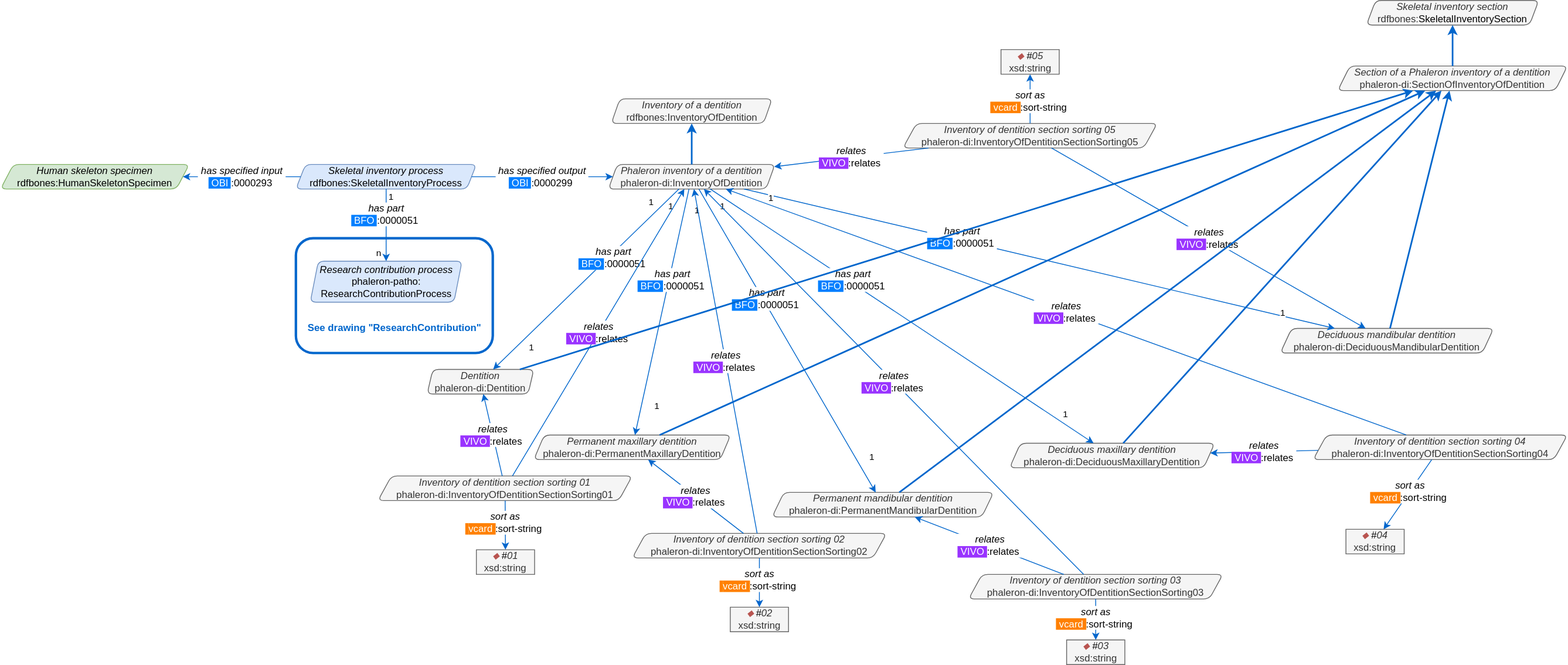
The draw.io diagram NetworkGraphics/OntologyExtensions/phaleron-di/phaleron-di_NetworkGraphics.svg in RDFBones/RDFBonesGraphics, before a commit. Source tidied: cells renumbered, new cells last; positions are measured from the earlier drawing's top-left corner, leaving out a move shared by most shapes.
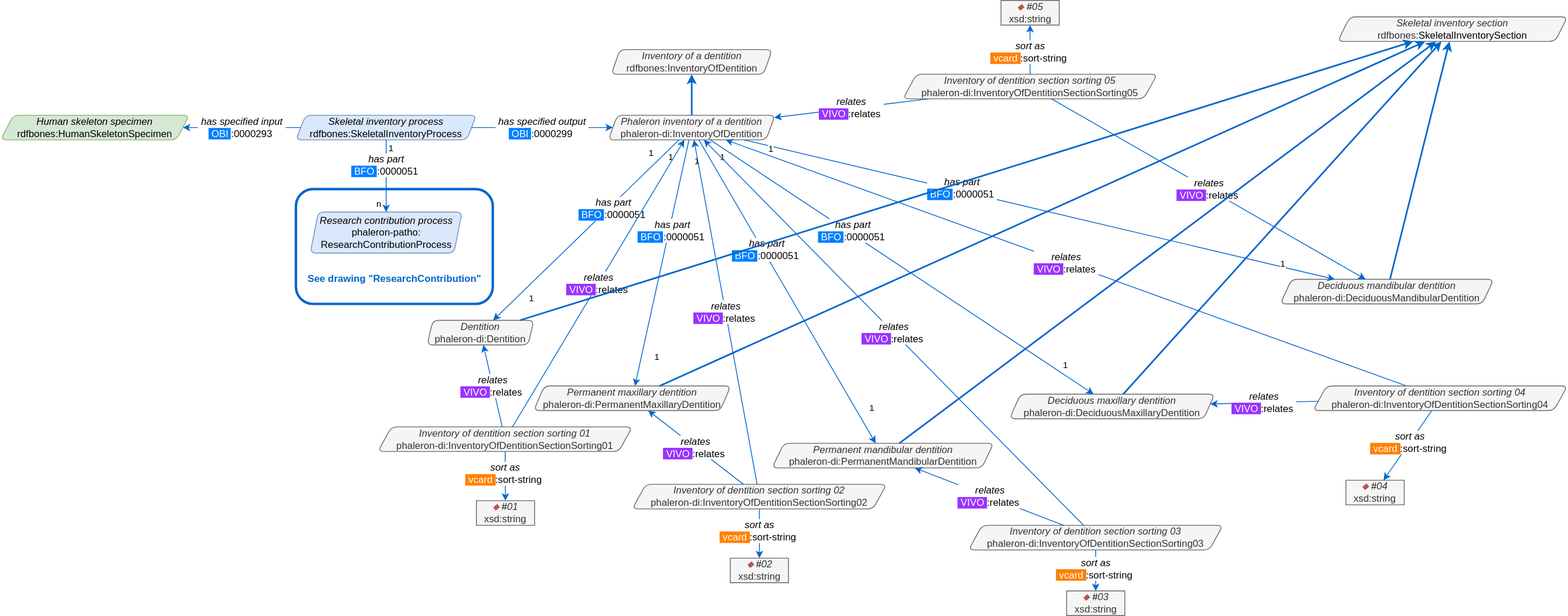
Above is the later version.

Commit message:
removing dental section class that does not exist in implementation

Diff of the diagram source:
```diff
@@ -13,17 +13,9 @@
         <mxPoint x="1" as="offset" />
       </mxGeometry>
     </mxCell>
-    <mxCell id="5" value="&lt;i&gt;Skeletal inventory section&lt;/i&gt;&lt;br&gt;rdfbones:&lt;span style=&quot;color: rgb(0, 0, 0); text-align: left;&quot;&gt;SkeletalInventorySection&lt;/span&gt;" style="shape=parallelogram;perimeter=parallelogramPerimeter;whiteSpace=wrap;html=1;strokeColor=#666666;fontSize=12;align=center;size=0.05333333333333334;fillColor=#f5f5f5;rounded=1;comic=0;shadow=0;spacing=0;line-height:.8rem;arcSize=14;fontColor=#333333;" parent="1" vertex="1">
-      <mxGeometry x="1665" width="210" height="30" as="geometry" />
-    </mxCell>
-    <mxCell id="6" value="&lt;i&gt;Section of a Phaleron inventory of a dentition&lt;/i&gt;&lt;br&gt;phaleron-di:SectionOfInventoryOfDentition" style="shape=parallelogram;perimeter=parallelogramPerimeter;whiteSpace=wrap;html=1;strokeColor=#666666;fontSize=12;align=center;size=0.05333333333333334;fillColor=#f5f5f5;rounded=1;comic=0;shadow=0;spacing=0;line-height:.8rem;arcSize=14;fontColor=#333333;" parent="1" vertex="1">
+    <mxCell id="6" value="&lt;i&gt;Skeletal inventory section&lt;/i&gt;&lt;br&gt;rdfbones:&lt;span style=&quot;color: rgb(0, 0, 0); text-align: left;&quot;&gt;SkeletalInventorySection&lt;/span&gt;" style="shape=parallelogram;perimeter=parallelogramPerimeter;whiteSpace=wrap;html=1;strokeColor=#666666;fontSize=12;align=center;size=0.05333333333333334;fillColor=#f5f5f5;rounded=1;comic=0;shadow=0;spacing=0;line-height:.8rem;arcSize=14;fontColor=#333333;" parent="1" vertex="1">
       <mxGeometry x="1630" y="80" width="280" height="30" as="geometry" />
     </mxCell>
-    <mxCell id="7" style="edgeStyle=none;rounded=0;html=1;jettySize=auto;strokeColor=#0066CC;strokeWidth=2;fontSize=12;fontColor=#0066CC;" parent="1" edge="1" source="6" target="5">
-      <mxGeometry x="-0.65" y="-4" relative="1" as="geometry">
-        <mxPoint x="1" as="offset" />
-      </mxGeometry>
-    </mxCell>
     <mxCell id="8" value="&lt;i&gt;Skeletal inventory process&lt;/i&gt;&lt;br&gt;rdfbones:SkeletalInventoryProcess" style="shape=parallelogram;perimeter=parallelogramPerimeter;whiteSpace=wrap;html=1;strokeColor=#6c8ebf;fontSize=12;align=center;size=0.05333333333333334;fillColor=#dae8fc;rounded=1;comic=0;shadow=0;spacing=0;line-height:.8rem;arcSize=14;" parent="1" vertex="1">
       <mxGeometry x="360" y="200" width="220" height="30" as="geometry" />
     </mxCell>
```
